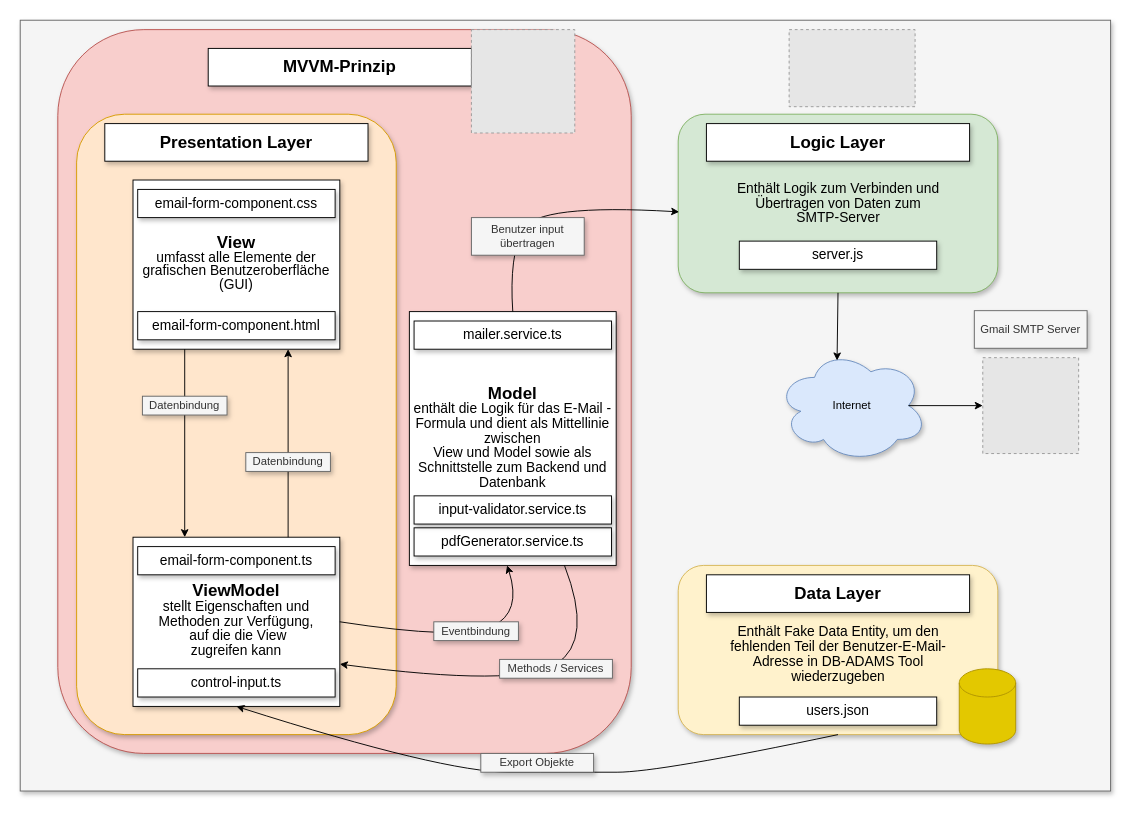
Above: Aufbau der Erweiterung.drawio in gitfarah/Schule-Website-Projekt (draw.io), before the change. Source tidied: cells renumbered, new cells numbered last; positions are measured from the earlier drawing's top-left corner, leaving out a move shared by most shapes. Both pictures are drawn from the tidied source at 94%, with x=0, y=0 at pixel (20, 20). Pictures stored in the file or linked from it are replaced by grey dashed boxes.
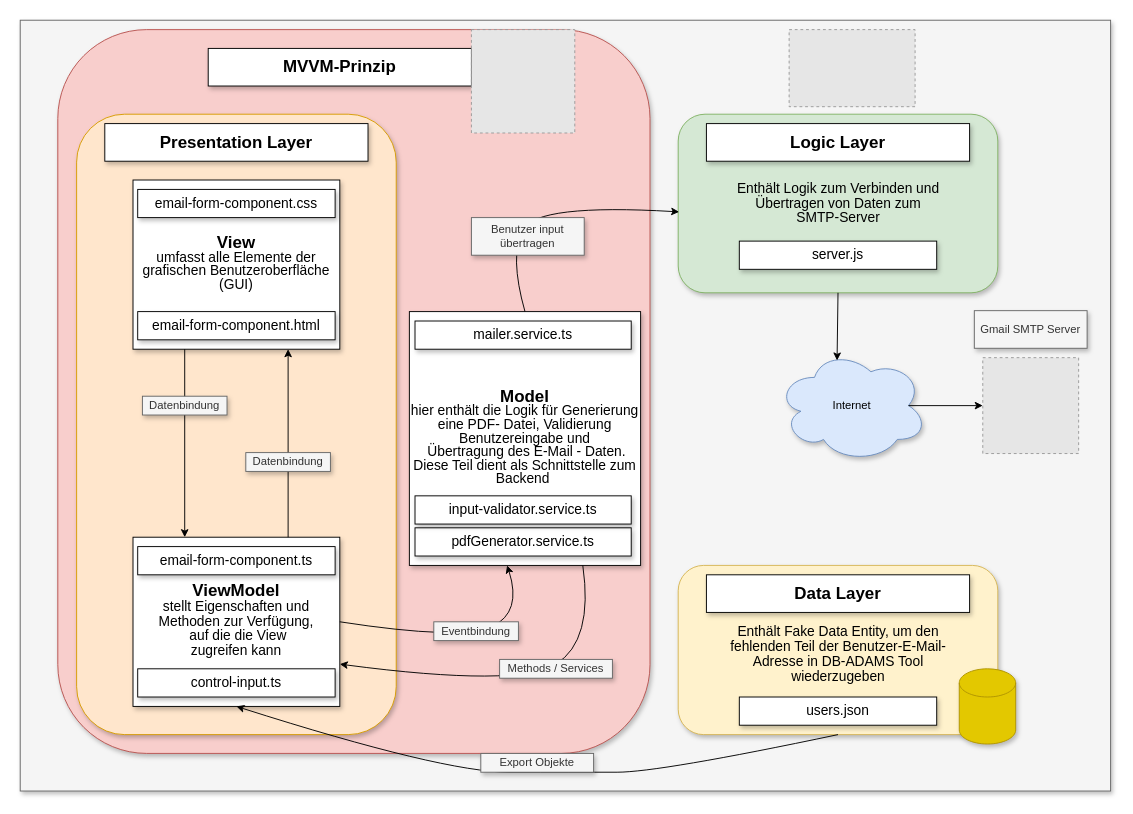
The same page after the edit.

Change to the diagram source:
```diff
@@
     <mxCell id="3" style="rounded=1;whiteSpace=wrap;html=1;shadow=1;glass=0;sketch=0;fillColor=#f8cecc;strokeColor=#b85450;" parent="1" vertex="1">
-      <mxGeometry x="40" y="10" width="610" height="770" as="geometry" />
+      <mxGeometry x="40" y="10" width="630" height="770" as="geometry" />
     </mxCell>
@@
-    <mxCell id="18" value="&lt;span style=&quot;line-height: 107% ; font-family: &amp;#34;arial&amp;#34; , sans-serif&quot;&gt;&lt;span style=&quot;font-size: 18px&quot;&gt;&lt;b&gt;Model&lt;br&gt;&lt;/b&gt;&lt;/span&gt;&lt;span style=&quot;font-size: 11.0pt ; line-height: 107% ; font-family: &amp;#34;arial&amp;#34; , sans-serif&quot;&gt;enthält die Logik für das E-Mail -Formula und dient als Mittellinie zwischen&lt;br&gt;View und Model sowie als Schnittstelle zum Backend und Datenbank&lt;/span&gt;&lt;br&gt;&lt;/span&gt;" style="rounded=0;whiteSpace=wrap;html=1;shadow=1;glass=0;sketch=0;" parent="1" vertex="1">
-      <mxGeometry x="414" y="310" width="220" height="270" as="geometry" />
+    <mxCell id="18" value="&lt;span style=&quot;line-height: 107%&quot;&gt;&lt;span style=&quot;font-family: &amp;#34;arial&amp;#34; , sans-serif ; font-size: 18px&quot;&gt;&lt;b&gt;Model&lt;br&gt;&lt;/b&gt;&lt;/span&gt;&lt;span style=&quot;line-height: 107%&quot;&gt;&lt;font face=&quot;arial, sans-serif&quot;&gt;&lt;span style=&quot;font-size: 11pt&quot;&gt;hier enthält die Logik für Generierung eine PDF- Datei,&amp;nbsp;&lt;/span&gt;&lt;span style=&quot;font-size: 14.6667px&quot;&gt;Validierung Benutzereingabe und&lt;/span&gt;&lt;/font&gt;&lt;br&gt;&lt;font face=&quot;arial, sans-serif&quot;&gt;&lt;span style=&quot;font-size: 11pt&quot;&gt;&amp;nbsp;Übertragung des E-Mail - Daten. Diese Teil dient als&amp;nbsp;Schnittstelle zum Backend&amp;nbsp;&lt;/span&gt;&lt;/font&gt;&lt;/span&gt;&lt;br&gt;&lt;/span&gt;" style="rounded=0;whiteSpace=wrap;html=1;shadow=1;glass=0;sketch=0;" parent="1" vertex="1">
+      <mxGeometry x="414" y="310" width="246" height="270" as="geometry" />
     </mxCell>
     <mxCell id="19" value="&lt;span style=&quot;font-size: 11.0pt ; line-height: 107% ; font-family: &amp;#34;arial&amp;#34; , sans-serif&quot;&gt;mailer.service.ts&lt;/span&gt;" style="rounded=0;whiteSpace=wrap;html=1;shadow=1;glass=0;sketch=0;" parent="1" vertex="1">
-      <mxGeometry x="419" y="320" width="210" height="30" as="geometry" />
+      <mxGeometry x="420" y="320" width="230" height="30" as="geometry" />
     </mxCell>
     <mxCell id="20" value="&lt;font face=&quot;arial, sans-serif&quot;&gt;&lt;span style=&quot;font-size: 14.6667px&quot;&gt;pdfGenerator.service.ts&lt;/span&gt;&lt;/font&gt;" style="rounded=0;whiteSpace=wrap;html=1;shadow=1;glass=0;sketch=0;" parent="1" vertex="1">
-      <mxGeometry x="419" y="540" width="210" height="30" as="geometry" />
+      <mxGeometry x="420" y="540" width="230" height="30" as="geometry" />
     </mxCell>
     <mxCell id="21" value="&lt;span style=&quot;font-size: 11.0pt ; line-height: 107% ; font-family: &amp;#34;arial&amp;#34; , sans-serif&quot;&gt;input-validator.service.ts&lt;/span&gt;" style="rounded=0;whiteSpace=wrap;html=1;shadow=1;glass=0;sketch=0;" parent="1" vertex="1">
-      <mxGeometry x="419" y="506" width="210" height="30" as="geometry" />
+      <mxGeometry x="420" y="506" width="230" height="30" as="geometry" />
     </mxCell>
```
